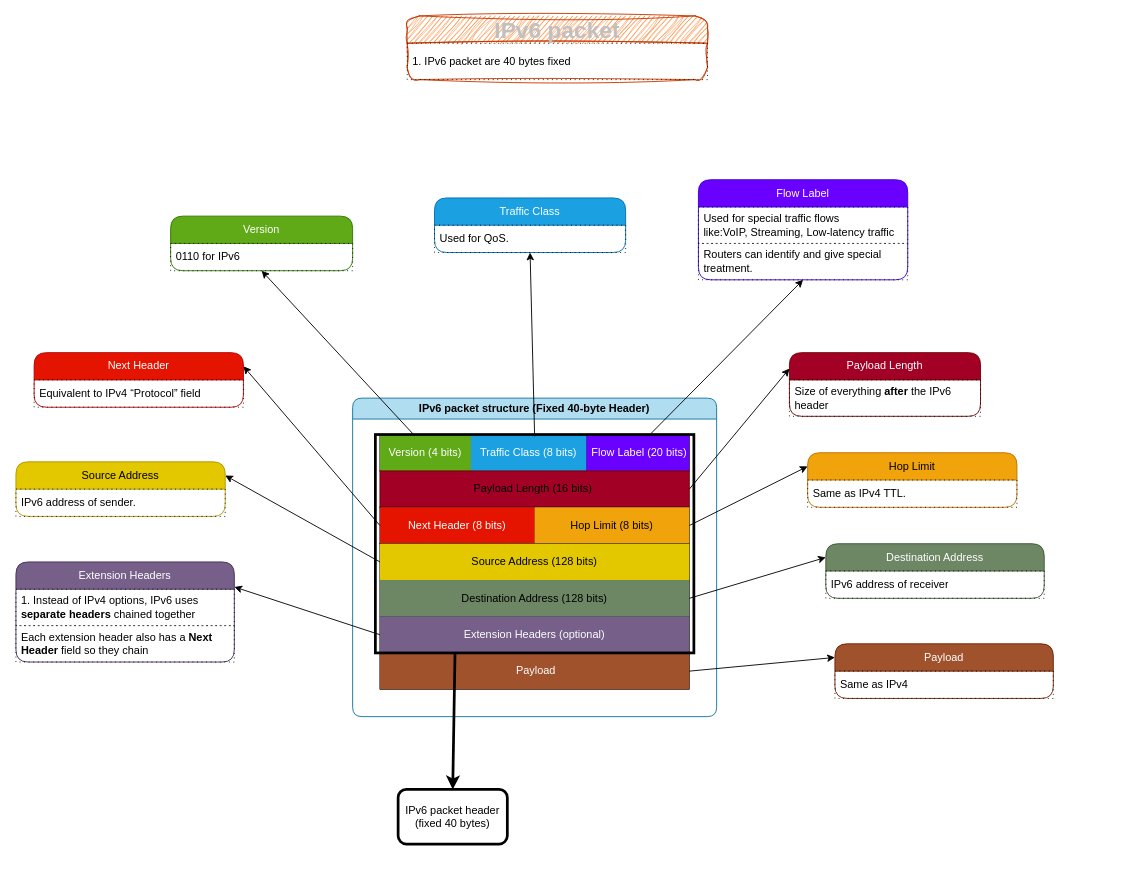
Earlier version of the draw.io diagram computer-networking/protocols/internet-protocol/ipv6/ipv6-packet/ipv6p.dio (knkrn5/Programming-Concepts). Source tidied: cells renumbered, new cells numbered last; positions are measured from the earlier drawing's top-left corner, leaving out a move shared by most shapes. Both pictures are drawn from the tidied source at 91%, with x=0, y=0 at pixel (15, 15).
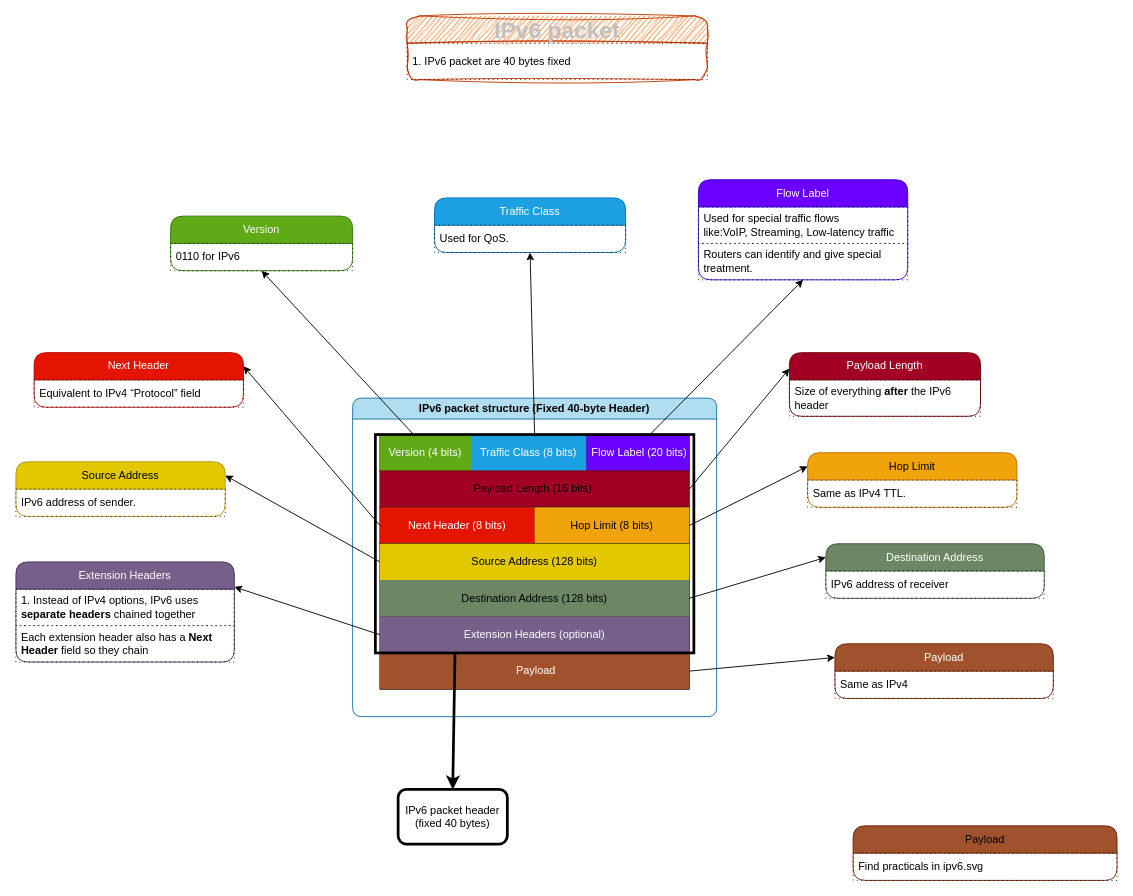
Above is the later version.

Diff of the diagram source:
```diff
@@
-<mxGraphModel>
+<mxGraphModel background="#ffffff">
@@
+    <mxCell id="61" value="&lt;font style=&quot;color: light-dark(rgb(0, 0, 0), rgb(255, 255, 255));&quot;&gt;Payload&lt;/font&gt;" style="swimlane;fontStyle=0;horizontal=1;startSize=30;whiteSpace=wrap;html=1;rounded=1;fillColor=light-dark(#A0522D,#E51400);fontColor=#ffffff;strokeColor=#6D1F00;" parent="1" vertex="1">
+      <mxGeometry x="920" y="890" width="290" height="60" as="geometry" />
+    </mxCell>
+    <mxCell id="62" value="Find practicals in &lt;span style=&quot;background-color: light-dark(rgb(255, 255, 255), rgb(76, 0, 153));&quot;&gt;ipv6.svg&lt;/span&gt;" style="text;strokeColor=default;fillColor=none;align=left;verticalAlign=middle;spacingLeft=4;spacingRight=4;overflow=hidden;whiteSpace=wrap;html=1;dashed=1;dashPattern=1 4;" parent="61" vertex="1">
+      <mxGeometry y="30" width="290" height="30" as="geometry" />
+    </mxCell>
```
